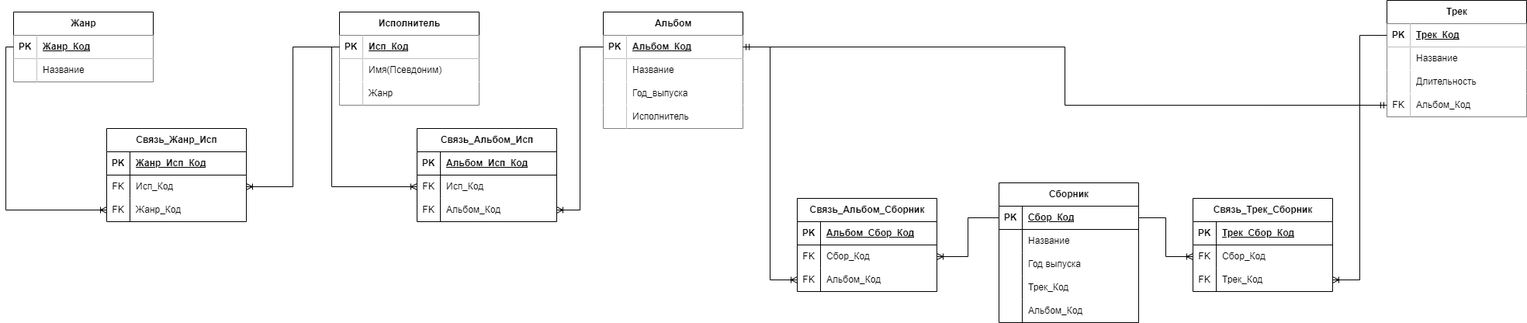
Earlier version of the draw.io export Musical_Site_2.png (OpyssMagnuum/DB_Musical_Site). Source tidied: cells renumbered, new cells last; positions are measured from the earlier drawing's top-left corner, leaving out a move shared by most shapes.
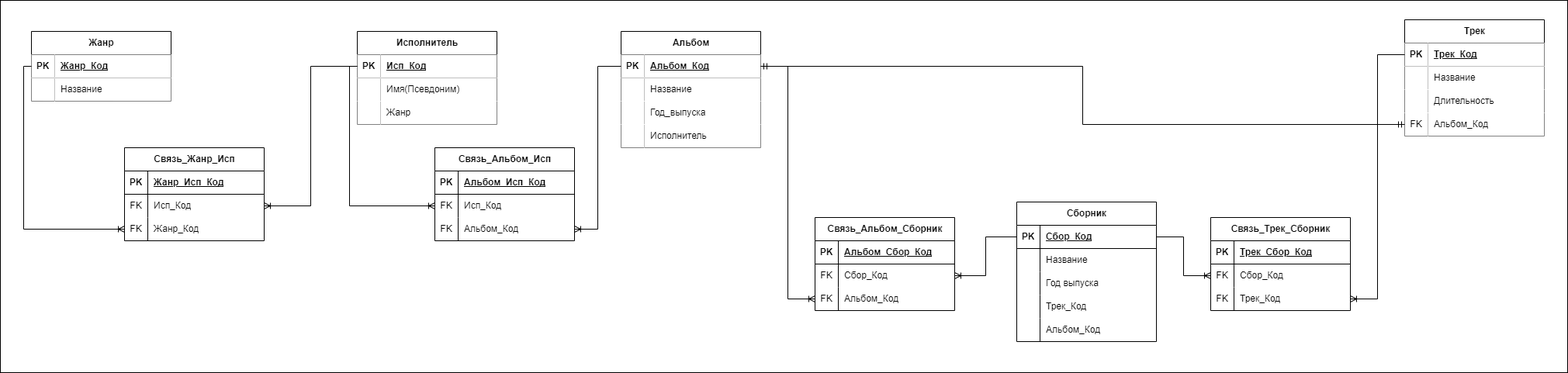
After the commit.

What changed in the source:
```diff
@@ -2,6 +2,9 @@
   <root>
     <mxCell id="0" />
     <mxCell id="1" parent="0" />
+    <mxCell id="110" style="rounded=0;whiteSpace=wrap;html=1;" parent="1" vertex="1">
+      <mxGeometry x="-40" y="-25" width="2020" height="480" as="geometry" />
+    </mxCell>
     <mxCell id="2" value="Жанр" style="shape=table;startSize=30;rowLines=0;fontStyle=1;align=center;html=1;labelBackgroundColor=default;" parent="1" vertex="1">
       <mxGeometry y="15" width="180" height="90" as="geometry" />
     </mxCell>
```
